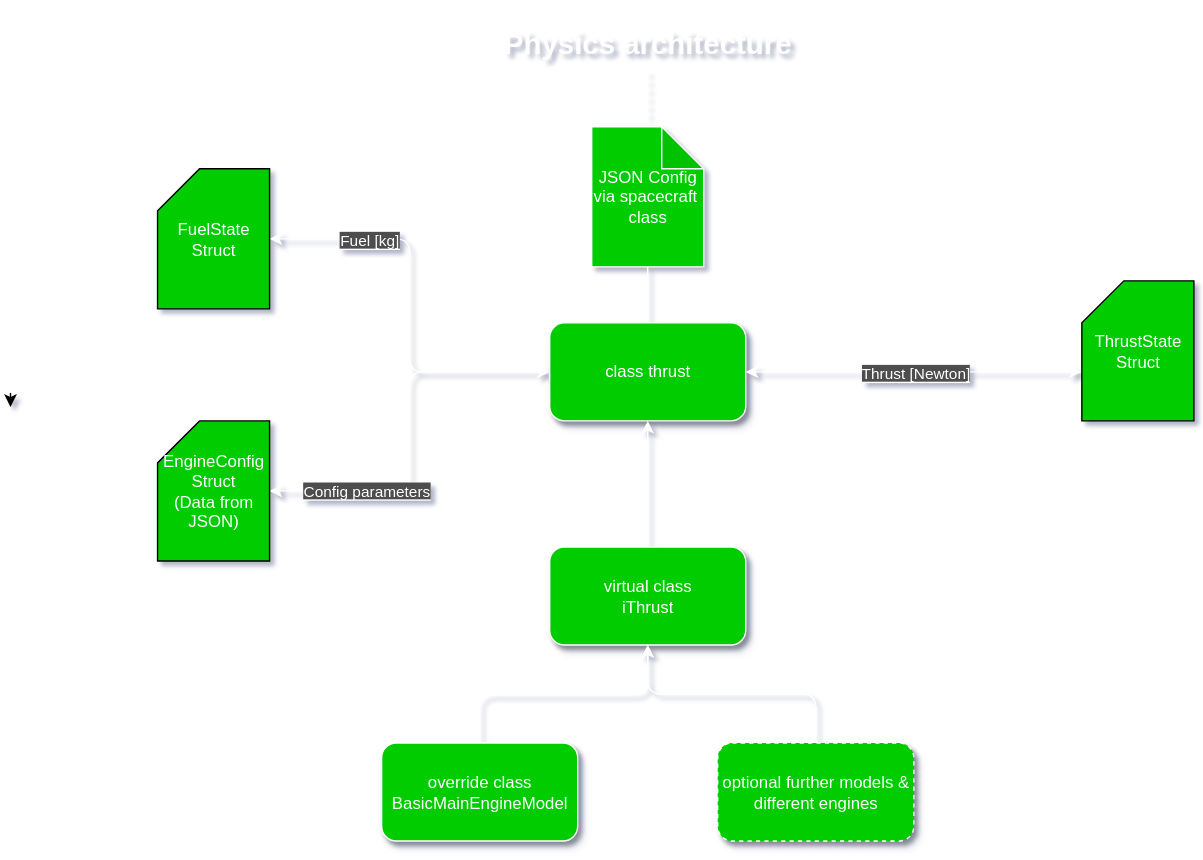
Above: static/img/architecture/thrustStructure.drawio.svg in gerd-lrt-dev/aerospace-simulation (draw.io), before the change. Source tidied: cells renumbered, new cells last; positions are measured from the earlier drawing's top-left corner, leaving out a move shared by most shapes. Source of this version:
```xml
<mxGraphModel background="#162133">
  <root>
    <mxCell id="0" />
    <mxCell id="1" parent="0" />
    <mxCell id="2" value="&lt;font style=&quot;color: rgb(255, 255, 255);&quot;&gt;class thrust&lt;/font&gt;" style="rounded=1;whiteSpace=wrap;html=1;strokeColor=#FFFFFF;fillColor=#00CC00;shadow=1;" parent="1" vertex="1">
      <mxGeometry x="385" y="230" width="140" height="70" as="geometry" />
    </mxCell>
    <mxCell id="3" style="endArrow=none;html=1;rounded=0;entryX=0.5;entryY=0;entryDx=0;entryDy=0;strokeColor=#FFFFFF;" parent="1" edge="1" source="23" target="2">
      <mxGeometry relative="1" as="geometry" />
    </mxCell>
    <mxCell id="4" style="endArrow=none;dashed=1;html=1;rounded=0;strokeColor=#FFFFFF;" parent="1" edge="1">
      <mxGeometry relative="1" as="geometry">
        <mxPoint x="455" y="50" as="sourcePoint" />
        <mxPoint x="455" y="120" as="targetPoint" />
      </mxGeometry>
    </mxCell>
    <mxCell id="5" style="edgeStyle=orthogonalEdgeStyle;rounded=0;jettySize=auto;html=1;exitX=0.5;exitY=0;exitDx=0;exitDy=0;entryX=0.5;entryY=1;entryDx=0;entryDy=0;strokeColor=#FFFFFF;" parent="1" edge="1" source="6" target="2">
      <mxGeometry relative="1" as="geometry" />
    </mxCell>
    <mxCell id="6" value="&lt;font style=&quot;color: rgb(255, 255, 255);&quot;&gt;virtual class&lt;/font&gt;&lt;div&gt;&lt;font style=&quot;color: rgb(255, 255, 255);&quot;&gt;iThrust&lt;/font&gt;&lt;/div&gt;" style="rounded=1;whiteSpace=wrap;html=1;strokeColor=#FFFFFF;fillColor=#00CC00;shadow=1;" parent="1" vertex="1">
      <mxGeometry x="385" y="390" width="140" height="70" as="geometry" />
    </mxCell>
    <mxCell id="7" style="edgeStyle=orthogonalEdgeStyle;rounded=1;jettySize=auto;html=1;exitX=0.5;exitY=0;exitDx=0;exitDy=0;strokeColor=#FFFFFF;curved=0;" parent="1" edge="1" source="8">
      <mxGeometry relative="1" as="geometry">
        <mxPoint x="455" y="460" as="targetPoint" />
      </mxGeometry>
    </mxCell>
    <mxCell id="8" value="&lt;font style=&quot;color: rgb(255, 255, 255);&quot;&gt;override class&lt;/font&gt;&lt;div&gt;&lt;font style=&quot;color: rgb(255, 255, 255);&quot;&gt;BasicMainEngineModel&lt;/font&gt;&lt;/div&gt;" style="rounded=1;whiteSpace=wrap;html=1;strokeColor=#FFFFFF;fillColor=#00CC00;shadow=1;" parent="1" vertex="1">
      <mxGeometry x="265" y="530" width="140" height="70" as="geometry" />
    </mxCell>
    <mxCell id="9" style="edgeStyle=orthogonalEdgeStyle;rounded=1;jettySize=auto;html=1;exitX=0.5;exitY=0;exitDx=0;exitDy=0;entryX=0.5;entryY=1;entryDx=0;entryDy=0;strokeColor=#FFFFFF;curved=0;" parent="1" edge="1" source="10" target="6">
      <mxGeometry relative="1" as="geometry" />
    </mxCell>
    <mxCell id="10" value="&lt;font style=&quot;color: rgb(255, 255, 255);&quot;&gt;optional further models &amp;amp; different engines&lt;/font&gt;" style="rounded=1;whiteSpace=wrap;html=1;strokeColor=#FFFFFF;fillColor=#00CC00;shadow=1;dashed=1;" parent="1" vertex="1">
      <mxGeometry x="505" y="530" width="140" height="70" as="geometry" />
    </mxCell>
    <mxCell id="11" value="&lt;font style=&quot;color: rgb(255, 255, 255); font-size: 21px;&quot;&gt;&lt;b&gt;Physics architecture&lt;/b&gt;&lt;/font&gt;" style="text;html=1;align=center;verticalAlign=middle;whiteSpace=wrap;rounded=0;" parent="1" vertex="1">
      <mxGeometry x="325" width="260" height="60" as="geometry" />
    </mxCell>
    <mxCell id="12" style="edgeStyle=orthogonalEdgeStyle;rounded=0;orthogonalLoop=1;jettySize=auto;html=1;exitX=0.25;exitY=0;exitDx=0;exitDy=0;entryX=0.25;entryY=0.143;entryDx=0;entryDy=0;entryPerimeter=0;" parent="1" edge="1">
      <mxGeometry relative="1" as="geometry">
        <mxPoint y="280" as="sourcePoint" />
        <mxPoint y="290" as="targetPoint" />
      </mxGeometry>
    </mxCell>
    <mxCell id="13" style="edgeStyle=orthogonalEdgeStyle;rounded=1;jettySize=auto;html=1;exitX=1;exitY=0.5;exitDx=0;exitDy=0;exitPerimeter=0;entryX=0;entryY=0.5;entryDx=0;entryDy=0;strokeColor=#FFFFFF;curved=0;startArrow=classic;startFill=1;" parent="1" edge="1" source="15" target="2">
      <mxGeometry relative="1" as="geometry" />
    </mxCell>
    <mxCell id="14" value="&lt;font style=&quot;color: rgb(255, 255, 255); background-color: rgb(77, 77, 77);&quot;&gt;Fuel [kg]&lt;/font&gt;" style="edgeLabel;html=1;align=center;verticalAlign=middle;" parent="13" vertex="1">
      <mxGeometry x="-0.52" y="-1" relative="1" as="geometry" />
    </mxCell>
    <mxCell id="15" value="&lt;font style=&quot;color: rgb(255, 255, 255);&quot;&gt;FuelState&lt;/font&gt;&lt;div&gt;&lt;font style=&quot;color: rgb(255, 255, 255);&quot;&gt;Struct&lt;/font&gt;&lt;/div&gt;" style="shape=card;whiteSpace=wrap;html=1;fillColor=#00CC00;" parent="1" vertex="1">
      <mxGeometry x="105" y="120" width="80" height="100" as="geometry" />
    </mxCell>
    <mxCell id="16" style="edgeStyle=orthogonalEdgeStyle;rounded=1;jettySize=auto;html=1;exitX=1;exitY=0.5;exitDx=0;exitDy=0;exitPerimeter=0;strokeColor=#FFFFFF;curved=0;entryX=0;entryY=0.5;entryDx=0;entryDy=0;startArrow=classic;startFill=1;" parent="1" edge="1" source="18" target="2">
      <mxGeometry relative="1" as="geometry" />
    </mxCell>
    <mxCell id="17" value="&lt;font style=&quot;color: rgb(255, 255, 255); background-color: rgb(77, 77, 77);&quot;&gt;Config parameters&lt;/font&gt;" style="edgeLabel;html=1;align=center;verticalAlign=middle;" parent="16" vertex="1">
      <mxGeometry x="-0.52" relative="1" as="geometry" />
    </mxCell>
    <mxCell id="18" value="&lt;font style=&quot;color: rgb(255, 255, 255);&quot;&gt;EngineConfig&lt;/font&gt;&lt;div&gt;&lt;font style=&quot;color: rgb(255, 255, 255);&quot;&gt;Struct&lt;/font&gt;&lt;/div&gt;&lt;div&gt;&lt;font style=&quot;color: rgb(255, 255, 255);&quot;&gt;(Data from JSON)&lt;/font&gt;&lt;/div&gt;" style="shape=card;whiteSpace=wrap;html=1;fillColor=#00CC00;" parent="1" vertex="1">
      <mxGeometry x="105" y="300" width="80" height="100" as="geometry" />
    </mxCell>
    <mxCell id="19" style="edgeStyle=orthogonalEdgeStyle;rounded=0;jettySize=auto;html=1;exitX=0;exitY=0;exitDx=0;exitDy=65;exitPerimeter=0;entryX=1;entryY=0.5;entryDx=0;entryDy=0;strokeColor=#FFFFFF;startArrow=classic;startFill=1;" parent="1" edge="1" source="21" target="2">
      <mxGeometry relative="1" as="geometry" />
    </mxCell>
    <mxCell id="20" value="&lt;font style=&quot;color: rgb(255, 255, 255); background-color: rgb(77, 77, 77);&quot;&gt;Thrust [Newton]&lt;/font&gt;" style="edgeLabel;html=1;align=center;verticalAlign=middle;" parent="19" vertex="1">
      <mxGeometry x="-0.01" y="1" relative="1" as="geometry" />
    </mxCell>
    <mxCell id="21" value="&lt;font color=&quot;#ffffff&quot;&gt;ThrustState&lt;/font&gt;&lt;br&gt;&lt;div&gt;&lt;font style=&quot;color: rgb(255, 255, 255);&quot;&gt;Struct&lt;/font&gt;&lt;/div&gt;" style="shape=card;whiteSpace=wrap;html=1;fillColor=#00CC00;" parent="1" vertex="1">
      <mxGeometry x="765" y="200" width="80" height="100" as="geometry" />
    </mxCell>
    <mxCell id="22" style="endArrow=none;html=1;rounded=0;entryX=0.5;entryY=0;entryDx=0;entryDy=0;strokeColor=#FFFFFF;" parent="1" edge="1" target="23">
      <mxGeometry relative="1" as="geometry">
        <mxPoint x="455" y="120" as="sourcePoint" />
      </mxGeometry>
    </mxCell>
    <mxCell id="23" value="&lt;font style=&quot;color: rgb(255, 255, 255);&quot;&gt;JSON Config via spacecraft&amp;nbsp;&lt;/font&gt;&lt;div&gt;&lt;font style=&quot;color: rgb(255, 255, 255);&quot;&gt;class&lt;/font&gt;&lt;/div&gt;" style="shape=note;whiteSpace=wrap;html=1;backgroundOutline=1;darkOpacity=0.05;strokeColor=#FFFFFF;fillColor=#00CC00;" parent="1" vertex="1">
      <mxGeometry x="415" y="90" width="80" height="100" as="geometry" />
    </mxCell>
  </root>
</mxGraphModel>
```
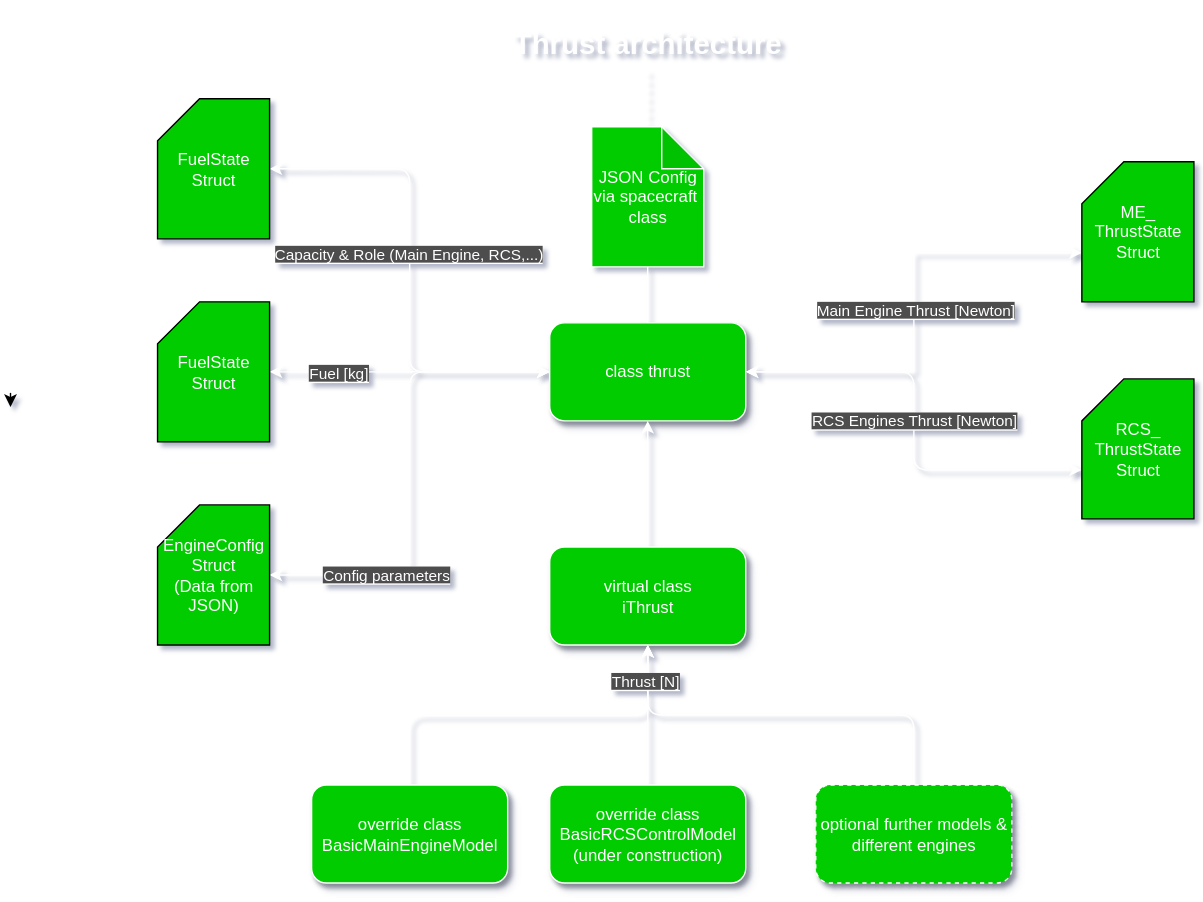
Later version of the same file.

Change to the diagram source:
```diff
@@ -26,15 +26,15 @@
       </mxGeometry>
     </mxCell>
     <mxCell id="8" value="&lt;font style=&quot;color: rgb(255, 255, 255);&quot;&gt;override class&lt;/font&gt;&lt;div&gt;&lt;font style=&quot;color: rgb(255, 255, 255);&quot;&gt;BasicMainEngineModel&lt;/font&gt;&lt;/div&gt;" style="rounded=1;whiteSpace=wrap;html=1;strokeColor=#FFFFFF;fillColor=#00CC00;shadow=1;" parent="1" vertex="1">
-      <mxGeometry x="265" y="530" width="140" height="70" as="geometry" />
+      <mxGeometry x="215" y="560" width="140" height="70" as="geometry" />
     </mxCell>
     <mxCell id="9" style="edgeStyle=orthogonalEdgeStyle;rounded=1;jettySize=auto;html=1;exitX=0.5;exitY=0;exitDx=0;exitDy=0;entryX=0.5;entryY=1;entryDx=0;entryDy=0;strokeColor=#FFFFFF;curved=0;" parent="1" edge="1" source="10" target="6">
       <mxGeometry relative="1" as="geometry" />
     </mxCell>
     <mxCell id="10" value="&lt;font style=&quot;color: rgb(255, 255, 255);&quot;&gt;optional further models &amp;amp; different engines&lt;/font&gt;" style="rounded=1;whiteSpace=wrap;html=1;strokeColor=#FFFFFF;fillColor=#00CC00;shadow=1;dashed=1;" parent="1" vertex="1">
-      <mxGeometry x="505" y="530" width="140" height="70" as="geometry" />
+      <mxGeometry x="575" y="560" width="140" height="70" as="geometry" />
     </mxCell>
-    <mxCell id="11" value="&lt;font style=&quot;color: rgb(255, 255, 255); font-size: 21px;&quot;&gt;&lt;b&gt;Physics architecture&lt;/b&gt;&lt;/font&gt;" style="text;html=1;align=center;verticalAlign=middle;whiteSpace=wrap;rounded=0;" parent="1" vertex="1">
+    <mxCell id="11" value="&lt;font style=&quot;color: rgb(255, 255, 255); font-size: 21px;&quot;&gt;&lt;b&gt;Thrust architecture&lt;/b&gt;&lt;/font&gt;" style="text;html=1;align=center;verticalAlign=middle;whiteSpace=wrap;rounded=0;" parent="1" vertex="1">
       <mxGeometry x="325" width="260" height="60" as="geometry" />
     </mxCell>
     <mxCell id="12" style="edgeStyle=orthogonalEdgeStyle;rounded=0;orthogonalLoop=1;jettySize=auto;html=1;exitX=0.25;exitY=0;exitDx=0;exitDy=0;entryX=0.25;entryY=0.143;entryDx=0;entryDy=0;entryPerimeter=0;" parent="1" edge="1">
@@ -50,7 +50,7 @@
       <mxGeometry x="-0.52" y="-1" relative="1" as="geometry" />
     </mxCell>
     <mxCell id="15" value="&lt;font style=&quot;color: rgb(255, 255, 255);&quot;&gt;FuelState&lt;/font&gt;&lt;div&gt;&lt;font style=&quot;color: rgb(255, 255, 255);&quot;&gt;Struct&lt;/font&gt;&lt;/div&gt;" style="shape=card;whiteSpace=wrap;html=1;fillColor=#00CC00;" parent="1" vertex="1">
-      <mxGeometry x="105" y="120" width="80" height="100" as="geometry" />
+      <mxGeometry x="105" y="215" width="80" height="100" as="geometry" />
     </mxCell>
     <mxCell id="16" style="edgeStyle=orthogonalEdgeStyle;rounded=1;jettySize=auto;html=1;exitX=1;exitY=0.5;exitDx=0;exitDy=0;exitPerimeter=0;strokeColor=#FFFFFF;curved=0;entryX=0;entryY=0.5;entryDx=0;entryDy=0;startArrow=classic;startFill=1;" parent="1" edge="1" source="18" target="2">
       <mxGeometry relative="1" as="geometry" />
@@ -59,16 +59,16 @@
       <mxGeometry x="-0.52" relative="1" as="geometry" />
     </mxCell>
     <mxCell id="18" value="&lt;font style=&quot;color: rgb(255, 255, 255);&quot;&gt;EngineConfig&lt;/font&gt;&lt;div&gt;&lt;font style=&quot;color: rgb(255, 255, 255);&quot;&gt;Struct&lt;/font&gt;&lt;/div&gt;&lt;div&gt;&lt;font style=&quot;color: rgb(255, 255, 255);&quot;&gt;(Data from JSON)&lt;/font&gt;&lt;/div&gt;" style="shape=card;whiteSpace=wrap;html=1;fillColor=#00CC00;" parent="1" vertex="1">
-      <mxGeometry x="105" y="300" width="80" height="100" as="geometry" />
+      <mxGeometry x="105" y="360" width="80" height="100" as="geometry" />
     </mxCell>
     <mxCell id="19" style="edgeStyle=orthogonalEdgeStyle;rounded=0;jettySize=auto;html=1;exitX=0;exitY=0;exitDx=0;exitDy=65;exitPerimeter=0;entryX=1;entryY=0.5;entryDx=0;entryDy=0;strokeColor=#FFFFFF;startArrow=classic;startFill=1;" parent="1" edge="1" source="21" target="2">
       <mxGeometry relative="1" as="geometry" />
     </mxCell>
-    <mxCell id="20" value="&lt;font style=&quot;color: rgb(255, 255, 255); background-color: rgb(77, 77, 77);&quot;&gt;Thrust [Newton]&lt;/font&gt;" style="edgeLabel;html=1;align=center;verticalAlign=middle;" parent="19" vertex="1">
+    <mxCell id="20" value="&lt;font style=&quot;color: rgb(255, 255, 255); background-color: rgb(77, 77, 77);&quot;&gt;Main Engine Thrust [Newton]&lt;/font&gt;" style="edgeLabel;html=1;align=center;verticalAlign=middle;" parent="19" vertex="1">
       <mxGeometry x="-0.01" y="1" relative="1" as="geometry" />
     </mxCell>
-    <mxCell id="21" value="&lt;font color=&quot;#ffffff&quot;&gt;ThrustState&lt;/font&gt;&lt;br&gt;&lt;div&gt;&lt;font style=&quot;color: rgb(255, 255, 255);&quot;&gt;Struct&lt;/font&gt;&lt;/div&gt;" style="shape=card;whiteSpace=wrap;html=1;fillColor=#00CC00;" parent="1" vertex="1">
-      <mxGeometry x="765" y="200" width="80" height="100" as="geometry" />
+    <mxCell id="21" value="&lt;div&gt;&lt;font color=&quot;#ffffff&quot;&gt;ME_&lt;/font&gt;&lt;/div&gt;&lt;font color=&quot;#ffffff&quot;&gt;ThrustState&lt;/font&gt;&lt;br&gt;&lt;div&gt;&lt;font style=&quot;color: rgb(255, 255, 255);&quot;&gt;Struct&lt;/font&gt;&lt;/div&gt;" style="shape=card;whiteSpace=wrap;html=1;fillColor=#00CC00;" parent="1" vertex="1">
+      <mxGeometry x="765" y="115" width="80" height="100" as="geometry" />
     </mxCell>
     <mxCell id="22" style="endArrow=none;html=1;rounded=0;entryX=0.5;entryY=0;entryDx=0;entryDy=0;strokeColor=#FFFFFF;" parent="1" edge="1" target="23">
       <mxGeometry relative="1" as="geometry">
@@ -78,5 +78,34 @@
     <mxCell id="23" value="&lt;font style=&quot;color: rgb(255, 255, 255);&quot;&gt;JSON Config via spacecraft&amp;nbsp;&lt;/font&gt;&lt;div&gt;&lt;font style=&quot;color: rgb(255, 255, 255);&quot;&gt;class&lt;/font&gt;&lt;/div&gt;" style="shape=note;whiteSpace=wrap;html=1;backgroundOutline=1;darkOpacity=0.05;strokeColor=#FFFFFF;fillColor=#00CC00;" parent="1" vertex="1">
       <mxGeometry x="415" y="90" width="80" height="100" as="geometry" />
     </mxCell>
+    <mxCell id="24" style="edgeStyle=orthogonalEdgeStyle;rounded=1;jettySize=auto;html=1;exitX=1;exitY=0.5;exitDx=0;exitDy=0;exitPerimeter=0;entryX=0;entryY=0.5;entryDx=0;entryDy=0;strokeColor=#FFFFFF;startArrow=classic;startFill=1;curved=0;" parent="1" edge="1" source="26" target="2">
+      <mxGeometry relative="1" as="geometry" />
+    </mxCell>
+    <mxCell id="25" value="&lt;font style=&quot;color: rgb(255, 255, 255); background-color: rgb(77, 77, 77);&quot;&gt;Capacity &amp;amp; Role (Main Engine, RCS,...)&lt;/font&gt;" style="edgeLabel;html=1;align=center;verticalAlign=middle;" parent="24" vertex="1">
+      <mxGeometry x="-0.07" y="-1" relative="1" as="geometry" />
+    </mxCell>
+    <mxCell id="26" value="&lt;font style=&quot;color: rgb(255, 255, 255);&quot;&gt;FuelState&lt;/font&gt;&lt;div&gt;&lt;font style=&quot;color: rgb(255, 255, 255);&quot;&gt;Struct&lt;/font&gt;&lt;/div&gt;" style="shape=card;whiteSpace=wrap;html=1;fillColor=#00CC00;" parent="1" vertex="1">
+      <mxGeometry x="105" y="70" width="80" height="100" as="geometry" />
+    </mxCell>
+    <mxCell id="27" style="edgeStyle=orthogonalEdgeStyle;rounded=1;jettySize=auto;html=1;exitX=0;exitY=0;exitDx=0;exitDy=65;exitPerimeter=0;entryX=1;entryY=0.5;entryDx=0;entryDy=0;curved=0;startArrow=classic;startFill=1;strokeColor=#FFFFFF;" parent="1" edge="1" source="28" target="2">
+      <mxGeometry relative="1" as="geometry" />
+    </mxCell>
+    <mxCell id="28" value="&lt;div&gt;&lt;font color=&quot;#ffffff&quot;&gt;RCS_&lt;/font&gt;&lt;/div&gt;&lt;font color=&quot;#ffffff&quot;&gt;ThrustState&lt;/font&gt;&lt;br&gt;&lt;div&gt;&lt;font style=&quot;color: rgb(255, 255, 255);&quot;&gt;Struct&lt;/font&gt;&lt;/div&gt;" style="shape=card;whiteSpace=wrap;html=1;fillColor=#00CC00;" parent="1" vertex="1">
+      <mxGeometry x="765" y="270" width="80" height="100" as="geometry" />
+    </mxCell>
+    <mxCell id="29" value="&lt;font style=&quot;color: rgb(255, 255, 255); background-color: rgb(77, 77, 77);&quot;&gt;RCS Engines Thrust [Newton]&lt;/font&gt;" style="edgeLabel;html=1;align=center;verticalAlign=middle;" parent="1" vertex="1">
+      <mxGeometry x="645" y="300" as="geometry" />
+    </mxCell>
+    <mxCell id="30" style="edgeStyle=orthogonalEdgeStyle;rounded=1;jettySize=auto;html=1;exitX=0.5;exitY=0;exitDx=0;exitDy=0;curved=0;strokeColor=#FFFFFF;" parent="1" edge="1" source="32">
+      <mxGeometry relative="1" as="geometry">
+        <mxPoint x="455.1" y="460" as="targetPoint" />
+      </mxGeometry>
+    </mxCell>
+    <mxCell id="31" value="&lt;font style=&quot;color: rgb(255, 255, 255); background-color: rgb(77, 77, 77);&quot;&gt;Thrust [N]&lt;/font&gt;" style="edgeLabel;html=1;align=center;verticalAlign=middle;" parent="30" vertex="1">
+      <mxGeometry x="0.47" y="2" relative="1" as="geometry" />
+    </mxCell>
+    <mxCell id="32" value="&lt;font style=&quot;color: rgb(255, 255, 255);&quot;&gt;override class&lt;/font&gt;&lt;div&gt;&lt;font style=&quot;color: rgb(255, 255, 255);&quot;&gt;BasicRCSControlModel&lt;/font&gt;&lt;/div&gt;&lt;div&gt;&lt;font style=&quot;color: rgb(255, 255, 255);&quot;&gt;(under construction)&lt;/font&gt;&lt;/div&gt;" style="rounded=1;whiteSpace=wrap;html=1;strokeColor=#FFFFFF;fillColor=#00CC00;shadow=1;" parent="1" vertex="1">
+      <mxGeometry x="385" y="560" width="140" height="70" as="geometry" />
+    </mxCell>
   </root>
 </mxGraphModel>
```
